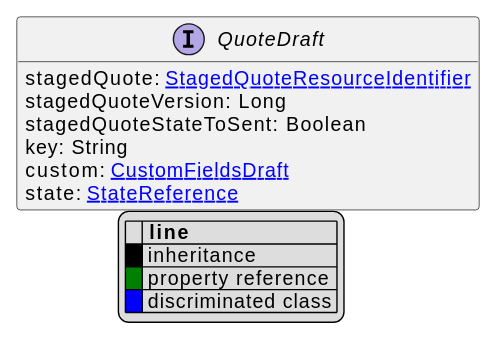
This is uml/api/svg/QuoteDraft.svg from commercetools/commercetools-api-reference, a PlantUML export, as it was before one commit. Source of this version:
```plantuml
@startuml
!pragma layout elk
hide empty fields
hide empty methods
legend
|= |= line |
|<back:black>   </back>| inheritance |
|<back:green>   </back>| property reference |
|<back:blue>   </back>| discriminated class |
endlegend
interface QuoteDraft [[QuoteDraft.svg]]  {
    stagedQuote: [[StagedQuoteResourceIdentifier.svg StagedQuoteResourceIdentifier]]
    stagedQuoteVersion: Long
    stagedQuoteStateToSent: Boolean
    key: String
    custom: [[CustomFieldsDraft.svg CustomFieldsDraft]]
    state: [[StateReference.svg StateReference]]
}






@enduml
```
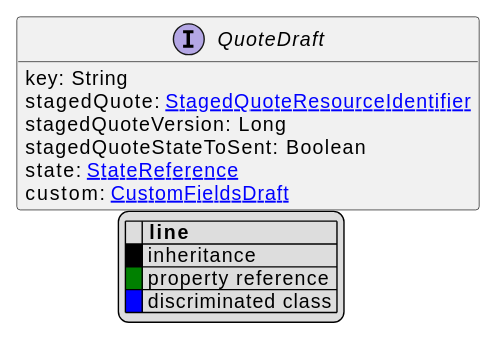
The same diagram one commit later.

The edit, as a diff of the source:
```diff
@@ -9,12 +9,12 @@
 |<back:blue>   </back>| discriminated class |
 endlegend
 interface QuoteDraft [[QuoteDraft.svg]]  {
+    key: String
     stagedQuote: [[StagedQuoteResourceIdentifier.svg StagedQuoteResourceIdentifier]]
     stagedQuoteVersion: Long
     stagedQuoteStateToSent: Boolean
-    key: String
+    state: [[StateReference.svg StateReference]]
     custom: [[CustomFieldsDraft.svg CustomFieldsDraft]]
-    state: [[StateReference.svg StateReference]]
 }
 
 
```
